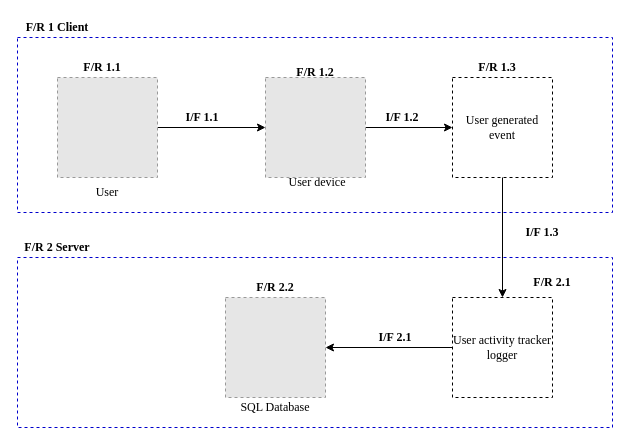
CorrieScheepers/Masters keeps this draw.io diagram as img/Chapter2/SystemA_Architecture_Diagram/SystemA_Architecture_Diagram.drawio. Above is the earlier version. Source tidied: cells renumbered, new cells numbered last; positions are measured from the earlier drawing's top-left corner, leaving out a move shared by most shapes. Both pictures are drawn from the tidied source at 100%, with x=0, y=0 at pixel (17, 17). Pictures stored in the file or linked from it are replaced by grey dashed boxes.
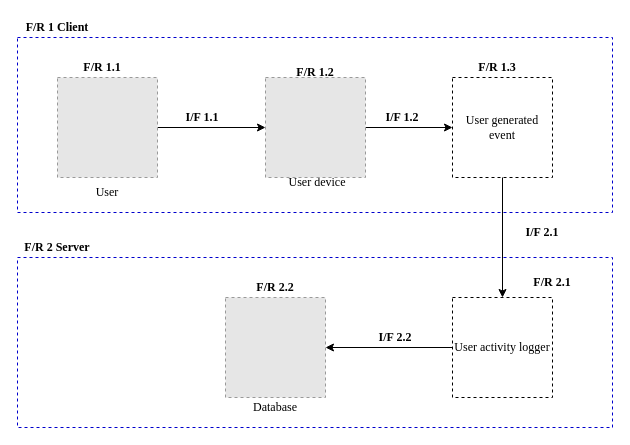
The same diagram, later.

What changed in the source:
```diff
@@
-    <mxCell id="7" value="User activity tracker logger" style="whiteSpace=wrap;html=1;fillColor=none;dashed=1;fontFamily=Times New Roman;" parent="1" vertex="1">
+    <mxCell id="7" value="User activity logger" style="whiteSpace=wrap;html=1;fillColor=none;dashed=1;fontFamily=Times New Roman;" parent="1" vertex="1">
       <mxGeometry x="435" y="280" width="100" height="100" as="geometry" />
     </mxCell>
@@
-    <mxCell id="11" value="SQL Database" style="text;html=1;strokeColor=none;fillColor=none;align=center;verticalAlign=middle;whiteSpace=wrap;rounded=0;dashed=1;fontFamily=Times New Roman;" parent="1" vertex="1">
+    <mxCell id="11" value="Database" style="text;html=1;strokeColor=none;fillColor=none;align=center;verticalAlign=middle;whiteSpace=wrap;rounded=0;dashed=1;fontFamily=Times New Roman;" parent="1" vertex="1">
       <mxGeometry x="212.5" y="380" width="90" height="20" as="geometry" />
     </mxCell>
@@
-    <mxCell id="25" value="&lt;b&gt;I/F 1.3&lt;/b&gt;" style="text;html=1;strokeColor=none;fillColor=none;align=center;verticalAlign=middle;whiteSpace=wrap;rounded=0;dashed=1;fontFamily=Times New Roman;" parent="1" vertex="1">
+    <mxCell id="25" value="&lt;b&gt;I/F 2.1&lt;/b&gt;" style="text;html=1;strokeColor=none;fillColor=none;align=center;verticalAlign=middle;whiteSpace=wrap;rounded=0;dashed=1;fontFamily=Times New Roman;" parent="1" vertex="1">
       <mxGeometry x="485" y="205" width="80" height="20" as="geometry" />
     </mxCell>
-    <mxCell id="26" value="&lt;b&gt;I/F 2.1&lt;/b&gt;" style="text;html=1;strokeColor=none;fillColor=none;align=center;verticalAlign=middle;whiteSpace=wrap;rounded=0;dashed=1;fontFamily=Times New Roman;" parent="1" vertex="1">
+    <mxCell id="26" value="&lt;b&gt;I/F 2.2&lt;/b&gt;" style="text;html=1;strokeColor=none;fillColor=none;align=center;verticalAlign=middle;whiteSpace=wrap;rounded=0;dashed=1;fontFamily=Times New Roman;" parent="1" vertex="1">
       <mxGeometry x="338" y="310" width="80" height="20" as="geometry" />
     </mxCell>
```
